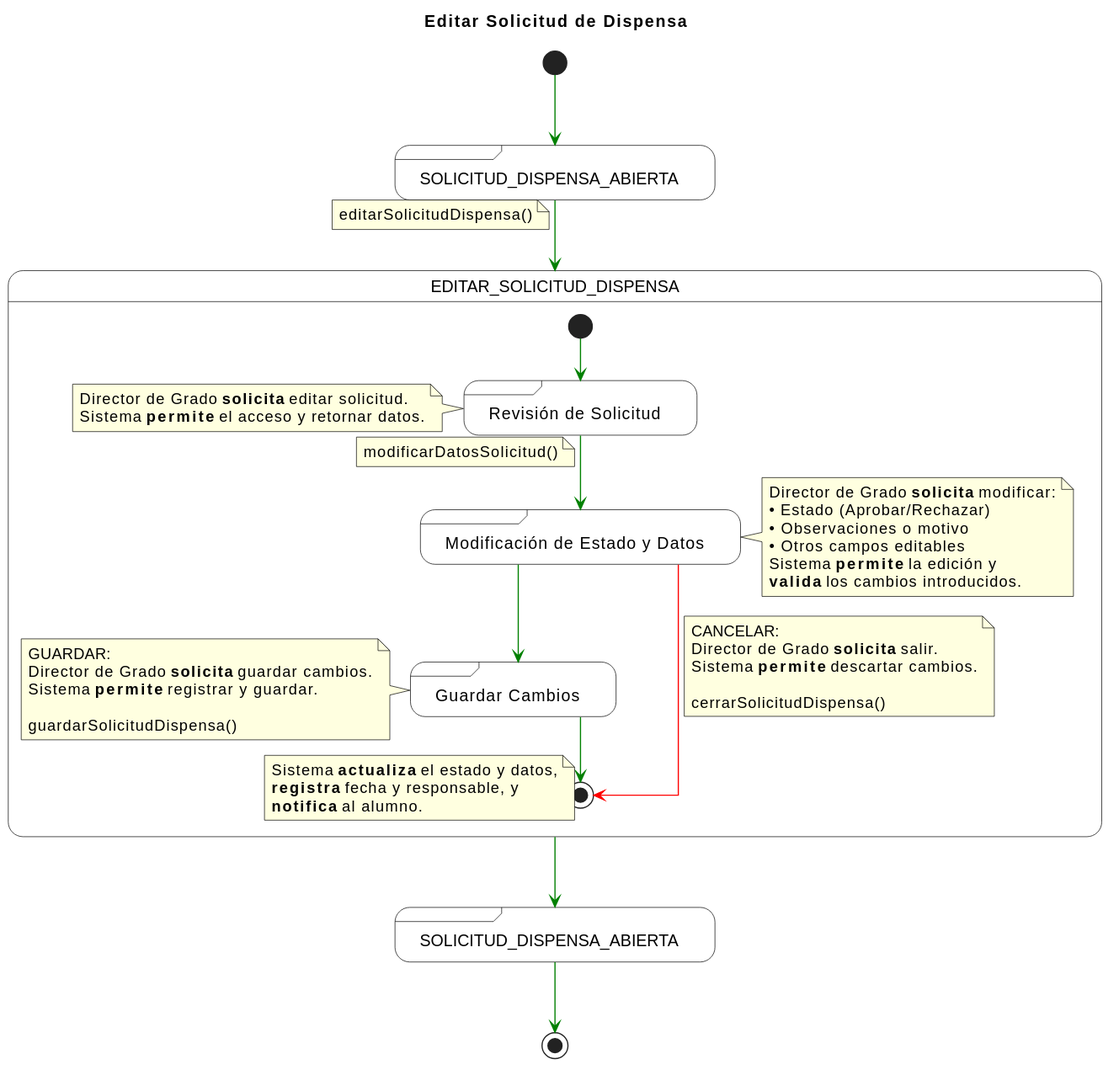
This is documents/CasosDeUso/DetalladoCasosDeUso/DirectorDeGrado/editarSolicitudDispensa.svg from enmabry/25-26-IdSw1-SdR, a PlantUML export, as it was before one commit. The source it was exported from:
```plantuml
@startuml
title Editar Solicitud de Dispensa

skinparam {
    StateBackgroundColor white
    StateBorderColor black
    NoteBackgroundColor lightyellow
    NoteBorderColor black
    ArrowColor green
    linetype ortho
}

state "SOLICITUD_DISPENSA_ABIERTA" as startState <<sdlreceive>>
state "SOLICITUD_DISPENSA_ABIERTA" as endState <<sdlreceive>>

[*] -[#green]-> startState

startState -[#green]-> EDITAR_SOLICITUD_DISPENSA
note on link
    editarSolicitudDispensa()
end note

state EDITAR_SOLICITUD_DISPENSA {
    [*] -[#green]-> RevisarSolicitud

    state "Revisión de Solicitud" as RevisarSolicitud <<sdlreceive>>
    note left of RevisarSolicitud
        Director de Grado <b>solicita</b> editar solicitud.
        Sistema <b>permite</b> el acceso y retornar datos.
    end note

    RevisarSolicitud -[#green]-> ModificarEstadoYDatos
    note on link
        modificarDatosSolicitud()
    end note

    state "Modificación de Estado y Datos" as ModificarEstadoYDatos <<sdlreceive>>
    note right of ModificarEstadoYDatos
        Director de Grado <b>solicita</b> modificar:
        • Estado (Aprobar/Rechazar)
        • Observaciones o motivo
        • Otros campos editables
        Sistema <b>permite</b> la edición y
        <b>valida</b> los cambios introducidos.
    end note

    ModificarEstadoYDatos -[#green]-> GuardarCambios

    state "Guardar Cambios" as GuardarCambios <<sdlreceive>>
    note left of GuardarCambios
        GUARDAR:
        Director de Grado <b>solicita</b> guardar cambios.
        Sistema <b>permite</b> registrar y guardar.

        guardarSolicitudDispensa()
    end note

    GuardarCambios -[#green]-> [*]
    note on link
        Sistema <b>actualiza</b> el estado y datos,
        <b>registra</b> fecha y responsable, y
        <b>notifica</b> al alumno.
    end note

    ModificarEstadoYDatos -[#red]-> [*]
    note on link
        CANCELAR:
        Director de Grado <b>solicita</b> salir.
        Sistema <b>permite</b> descartar cambios.

        cerrarSolicitudDispensa()
    end note
}

EDITAR_SOLICITUD_DISPENSA -[#green]-> endState

endState -[#green]-> [*]
@enduml
```
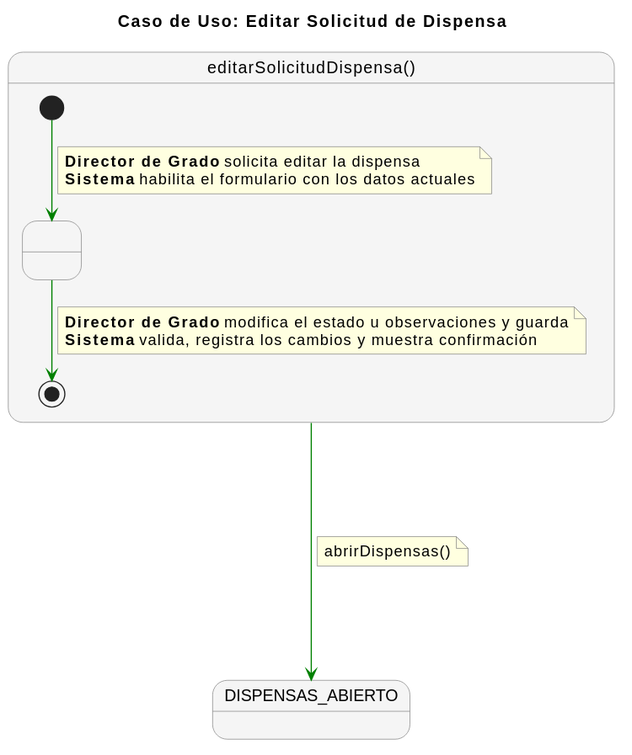
Later version of the same file.

Commit message:
mejora detallado director de grado

What changed in the source:
```diff
@@ -1,78 +1,35 @@
 @startuml
-title Editar Solicitud de Dispensa
+title Caso de Uso: Editar Solicitud de Dispensa
 
-skinparam {
-    StateBackgroundColor white
-    StateBorderColor black
-    NoteBackgroundColor lightyellow
-    NoteBorderColor black
-    ArrowColor green
-    linetype ortho
-}
+skinparam nodesep 60
+skinparam ranksep 60
+skinparam linetype polyline
+skinparam NoteBackgroundColor lightyellow
+skinparam NoteBorderColor gray
+skinparam StateBackgroundColor #F5F5F5
+skinparam StateBorderColor gray
 
-state "SOLICITUD_DISPENSA_ABIERTA" as startState <<sdlreceive>>
-state "SOLICITUD_DISPENSA_ABIERTA" as endState <<sdlreceive>>
+state "editarSolicitudDispensa()" as editarSolicitud {
 
-[*] -[#green]-> startState
+    state " " as Paso1
 
-startState -[#green]-> EDITAR_SOLICITUD_DISPENSA
-note on link
-    editarSolicitudDispensa()
-end note
-
-state EDITAR_SOLICITUD_DISPENSA {
-    [*] -[#green]-> RevisarSolicitud
-
-    state "Revisión de Solicitud" as RevisarSolicitud <<sdlreceive>>
-    note left of RevisarSolicitud
-        Director de Grado <b>solicita</b> editar solicitud.
-        Sistema <b>permite</b> el acceso y retornar datos.
+    [*] -[#green]-> Paso1
+    note on link
+      <b>Director de Grado</b> solicita editar la dispensa
+      <b>Sistema</b> habilita el formulario con los datos actuales
     end note
 
-    RevisarSolicitud -[#green]-> ModificarEstadoYDatos
+    Paso1 -[#green]-> [*]
     note on link
-        modificarDatosSolicitud()
-    end note
-
-    state "Modificación de Estado y Datos" as ModificarEstadoYDatos <<sdlreceive>>
-    note right of ModificarEstadoYDatos
-        Director de Grado <b>solicita</b> modificar:
-        • Estado (Aprobar/Rechazar)
-        • Observaciones o motivo
-        • Otros campos editables
-        Sistema <b>permite</b> la edición y
-        <b>valida</b> los cambios introducidos.
-    end note
-
-    ModificarEstadoYDatos -[#green]-> GuardarCambios
-
-    state "Guardar Cambios" as GuardarCambios <<sdlreceive>>
-    note left of GuardarCambios
-        GUARDAR:
-        Director de Grado <b>solicita</b> guardar cambios.
-        Sistema <b>permite</b> registrar y guardar.
-
-        guardarSolicitudDispensa()
-    end note
-
-    GuardarCambios -[#green]-> [*]
-    note on link
-        Sistema <b>actualiza</b> el estado y datos,
-        <b>registra</b> fecha y responsable, y
-        <b>notifica</b> al alumno.
-    end note
-
-    ModificarEstadoYDatos -[#red]-> [*]
-    note on link
-        CANCELAR:
-        Director de Grado <b>solicita</b> salir.
-        Sistema <b>permite</b> descartar cambios.
-
-        cerrarSolicitudDispensa()
+      <b>Director de Grado</b> modifica el estado u observaciones y guarda
+      <b>Sistema</b> valida, registra los cambios y muestra confirmación
     end note
 }
 
-EDITAR_SOLICITUD_DISPENSA -[#green]-> endState
+state "DISPENSAS_ABIERTO" as DISPENSAS_ABIERTO
 
-endState -[#green]-> [*]
+editarSolicitud -[#green]---> DISPENSAS_ABIERTO
+note right on link
+  abrirDispensas()
+end note
 @enduml
```
